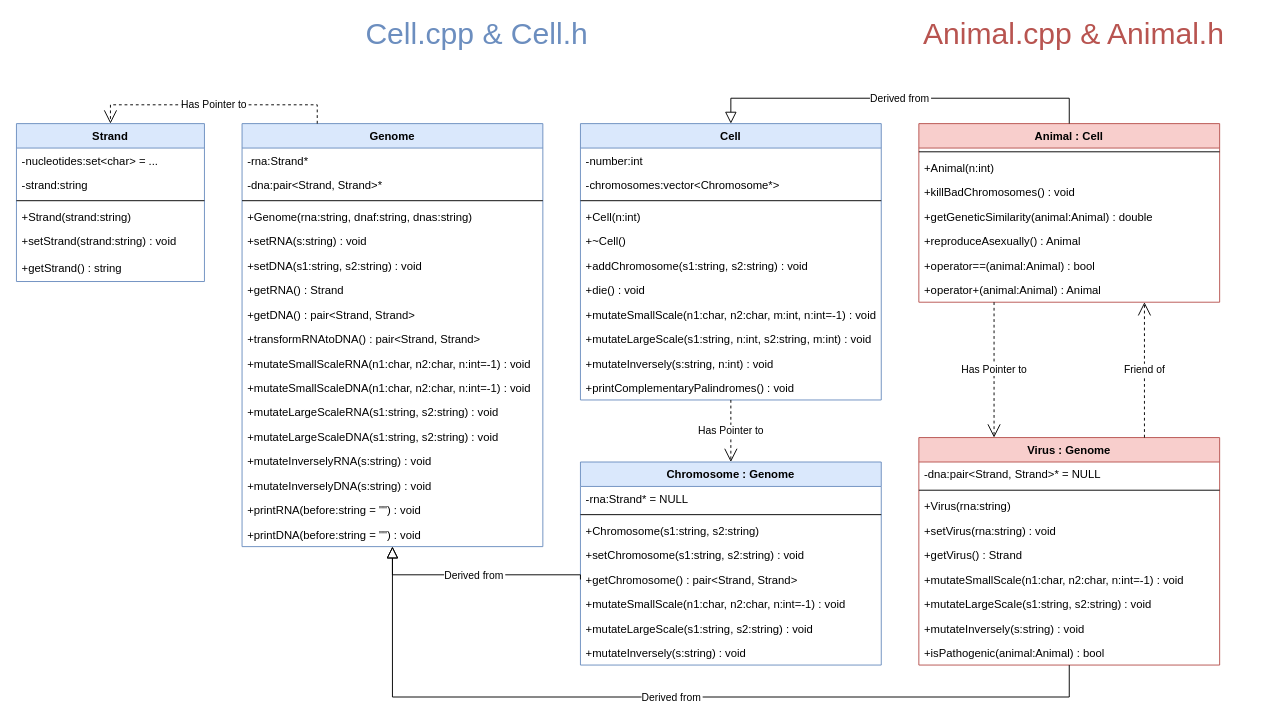
Above: schema/classes.drawio in k-forghani/class-of-life (draw.io), before the change. Source tidied: cells renumbered, new cells numbered last; positions are measured from the earlier drawing's top-left corner, leaving out a move shared by most shapes. Both pictures are drawn from the tidied source at 94%, with x=0, y=0 at pixel (16, 20).
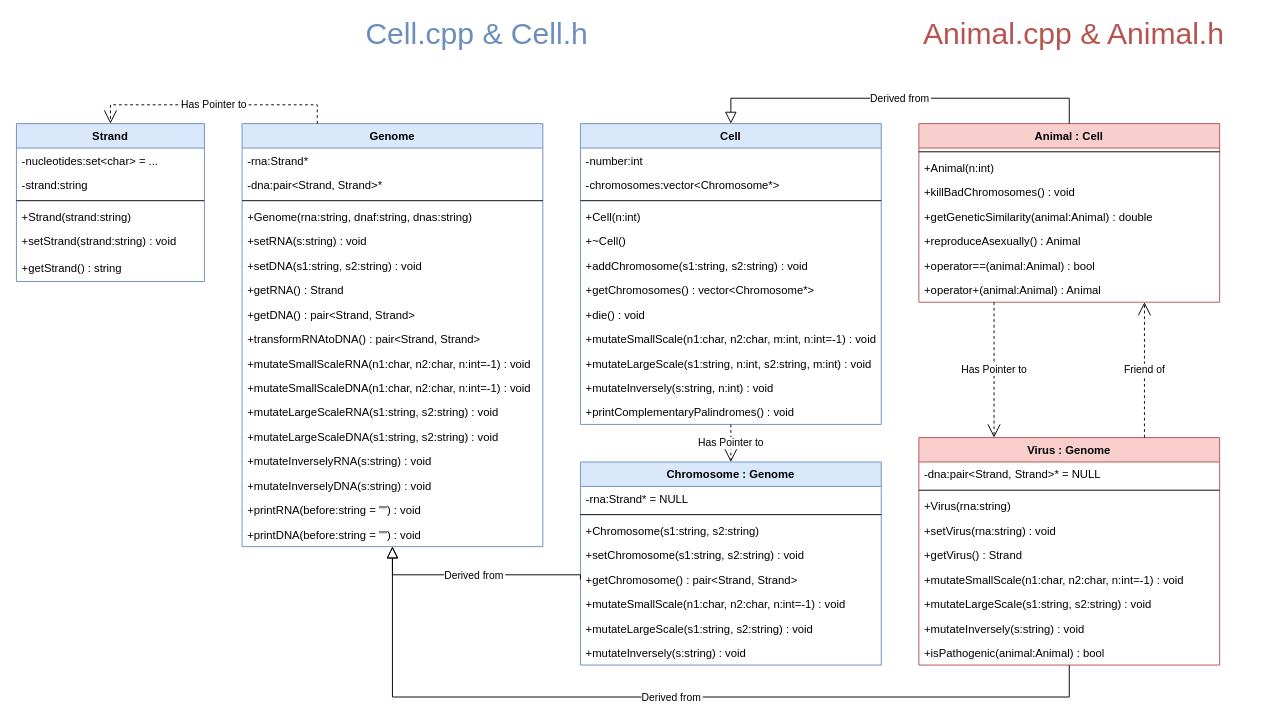
After the change.

The edit, as a diff of the source:
```diff
@@
     <mxCell id="37" value="Cell" style="swimlane;fontStyle=1;align=center;verticalAlign=top;horizontal=1;startSize=26;rounded=0;shadow=0;strokeWidth=1;fillColor=#dae8fc;strokeColor=#6c8ebf;swimlaneFillColor=default;" parent="1" vertex="1">
-      <mxGeometry x="600" y="110" width="320" height="294" as="geometry" />
+      <mxGeometry x="600" y="110" width="320" height="320" as="geometry" />
     </mxCell>
@@
+    <mxCell id="75" value="+getChromosomes() : vector&lt;Chromosome*&gt;" style="text;align=left;verticalAlign=top;spacingLeft=4;spacingRight=4;overflow=hidden;" parent="37" vertex="1">
+      <mxGeometry y="164" width="320" height="26" as="geometry" />
+    </mxCell>
     <mxCell id="44" value="+die() : void" style="text;align=left;verticalAlign=top;spacingLeft=4;spacingRight=4;overflow=hidden;" parent="37" vertex="1">
-      <mxGeometry y="164" width="320" height="26" as="geometry" />
+      <mxGeometry y="190" width="320" height="26" as="geometry" />
     </mxCell>
     <mxCell id="45" value="+mutateSmallScale(n1:char, n2:char, m:int, n:int=-1) : void" style="text;align=left;verticalAlign=top;spacingLeft=4;spacingRight=4;overflow=hidden;" parent="37" vertex="1">
-      <mxGeometry y="190" width="320" height="26" as="geometry" />
+      <mxGeometry y="216" width="320" height="26" as="geometry" />
     </mxCell>
     <mxCell id="46" value="+mutateLargeScale(s1:string, n:int, s2:string, m:int) : void" style="text;align=left;verticalAlign=top;spacingLeft=4;spacingRight=4;overflow=hidden;" parent="37" vertex="1">
-      <mxGeometry y="216" width="320" height="26" as="geometry" />
+      <mxGeometry y="242" width="320" height="26" as="geometry" />
     </mxCell>
     <mxCell id="47" value="+mutateInversely(s:string, n:int) : void" style="text;align=left;verticalAlign=top;spacingLeft=4;spacingRight=4;overflow=hidden;" parent="37" vertex="1">
-      <mxGeometry y="242" width="320" height="26" as="geometry" />
+      <mxGeometry y="268" width="320" height="26" as="geometry" />
     </mxCell>
     <mxCell id="48" value="+printComplementaryPalindromes() : void" style="text;align=left;verticalAlign=top;spacingLeft=4;spacingRight=4;overflow=hidden;" parent="37" vertex="1">
-      <mxGeometry y="268" width="320" height="26" as="geometry" />
+      <mxGeometry y="294" width="320" height="26" as="geometry" />
     </mxCell>
```
